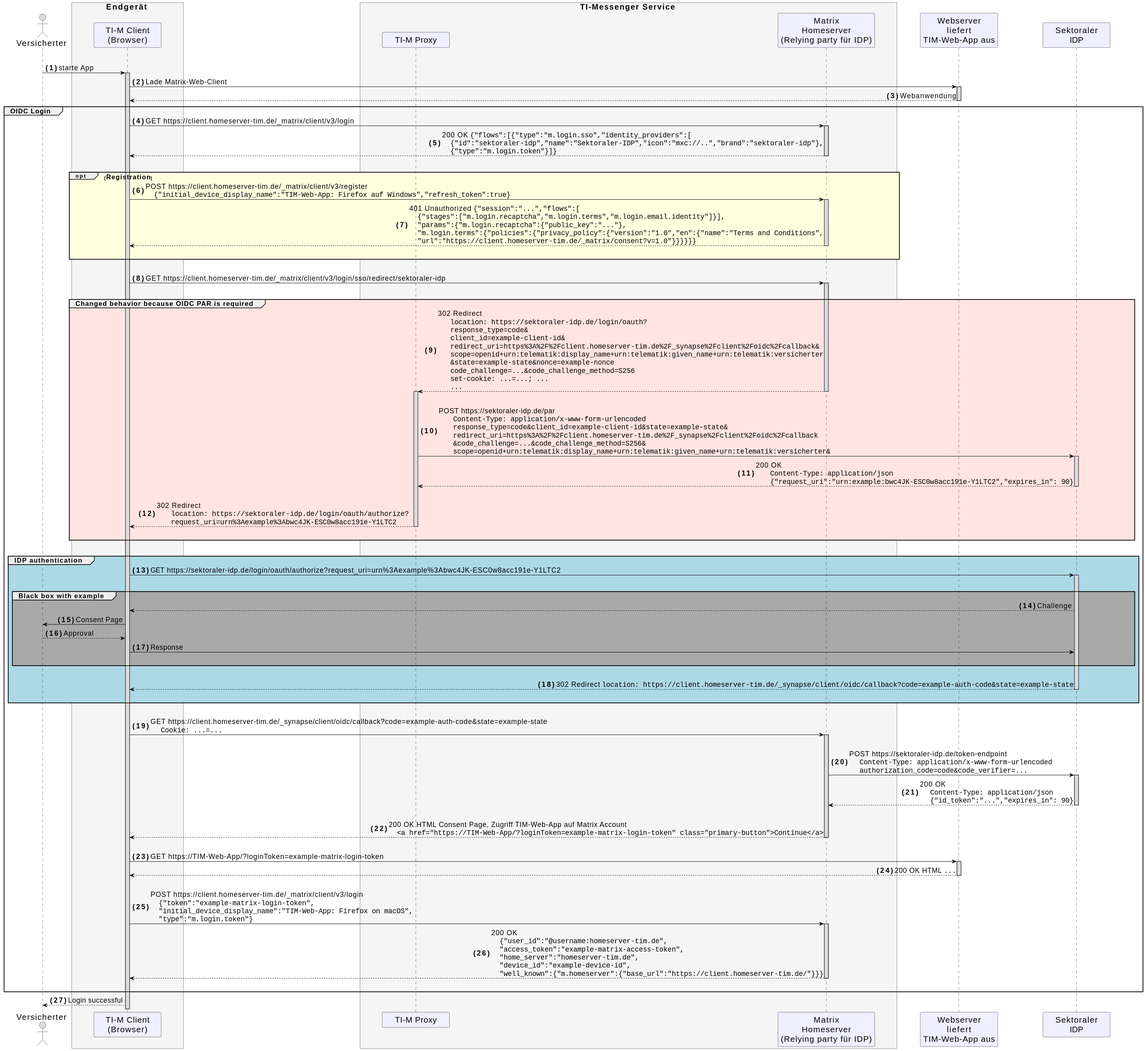
gematik/api-ti-messenger keeps this PlantUML diagram as images/diagrams/TI-M_ePA/TI-Messenger_OIDC_Login.svg. Above is the earlier version.
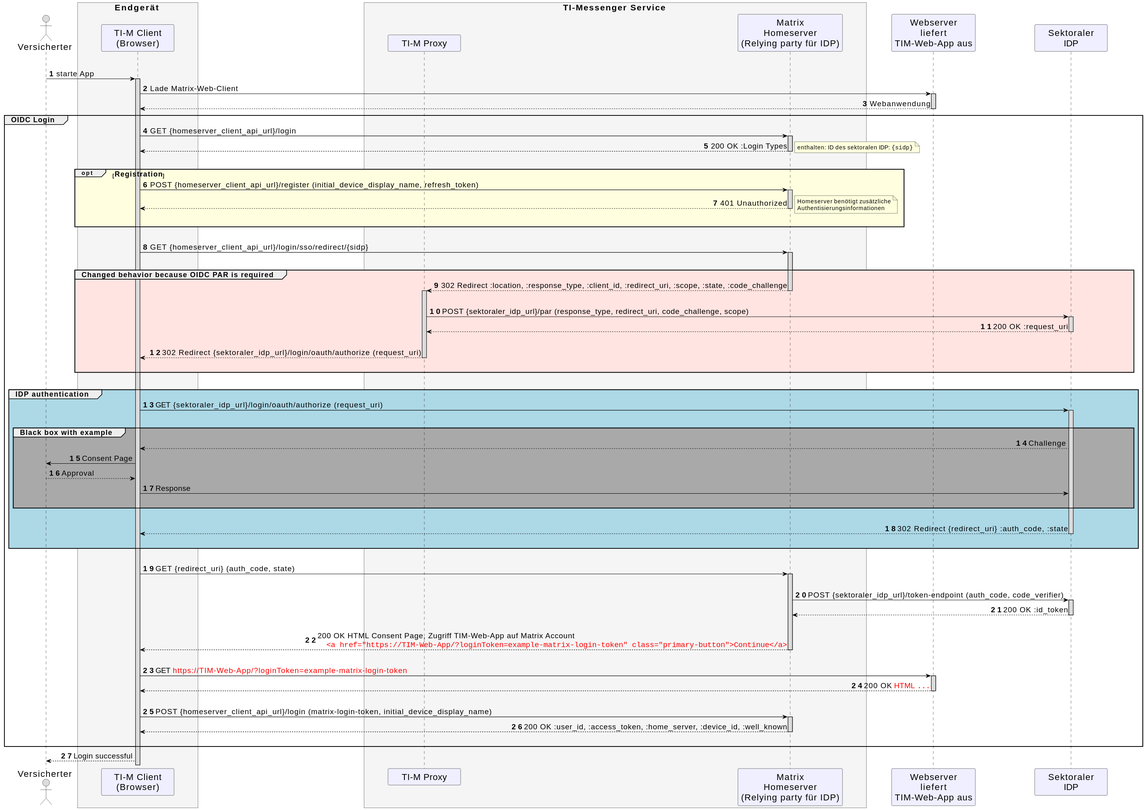
After the change.

Commit message:
Commit from GitHub Actions (GeneratePlantumlImages)

The edit, as a diff of the source:
```diff
@@ -26,7 +26,7 @@
 ActorFontSize 20
 }
 
-autonumber "<b>(0)"
+autonumber
 
 actor us as "Versicherter"
 box <size:19>Endgerät</size> #WhiteSmoke
@@ -48,31 +48,36 @@
   activate mc
   mc --> app --: Webanwendung
   group <size:16>OIDC Login</size>
-    app -> hs ++: GET https://client.homeserver-tim.de/_matrix/client/v3/login
-    hs --> app --: 200 OK ""{"flows":[{"type":"m.login.sso","identity_providers":[""\n    ""{"id":"sektoraler-idp","name":"Sektoraler-IDP","icon":"mxc://..","brand":"sektoraler-idp"},""\n    ""{"type":"m.login.token"}]}""
+    app -> hs ++: GET {homeserver_client_api_url}/login
+    hs --> app --: 200 OK :Login Types
+    note right
+    enthalten: ID des sektoralen IDP: ""{sidp}""
+    end note
     |||
     opt #LightYellow <size:16>Registration</size>
-    app -> hs ++: POST https://client.homeserver-tim.de/_matrix/client/v3/register\n    ""{"initial_device_display_name":"TIM-Web-App: Firefox auf Windows","refresh_token":true}""
-    hs --> app --: 401 Unauthorized ""{"session":"...","flows":[""\n    ""{"stages":["m.login.recaptcha","m.login.terms","m.login.email.identity"]}],""\n    """params":{"m.login.recaptcha":{"public_key":"..."},""\n    """m.login.terms":{"policies":{"privacy_policy":{"version":"1.0","en":{"name":"Terms and Conditions",""\n    """url":"https://client.homeserver-tim.de/_matrix/consent?v=1.0"}}}}}}""
+    app -> hs ++: POST {homeserver_client_api_url}/register (initial_device_display_name, refresh_token)
+    hs --> app --: 401 Unauthorized
+    note right
+    Homeserver benötigt zusätzliche Authentisierungsinformationen
+    end note
     |||
     end 'opt
     |||
-    app -> hs++: GET https://client.homeserver-tim.de/_matrix/client/v3/login/sso/redirect/sektoraler-idp
+    app -> hs++: GET {homeserver_client_api_url}/login/sso/redirect/{sidp}
     |||
     group #MistyRose <size:16>Changed behavior because OIDC PAR is required</size>
-      hs --> pr --++: 302 Redirect\n      ""location: https://sektoraler-idp.de/login/oauth?""\n      ""response_type=code&""\n      ""client_id=example-client-id&""\n      ""redirect_uri=https%3A%2F%2Fclient.homeserver-tim.de%2F_synapse%2Fclient%2Foidc%2Fcallback&""\n      ""scope=openid+urn:telematik:display_name+urn:telematik:given_name+urn:telematik:versicherter""\n      ""&state=example-state&nonce=example-nonce""\n      ""code_challenge=...&code_challenge_method=S256""\n      ""set-cookie: ...=...; ...""\n      ""...""
+      hs --> pr --++: 302 Redirect :location, :response_type, :client_id, :redirect_uri, :scope, :state, :code_challenge
+      |||
+      pr -> idp ++: POST {sektoraler_idp_url}/par (response_type, redirect_uri, code_challenge, scope)
 
+      idp --> pr --: 200 OK :request_uri
       |||
-      pr -> idp ++: POST https://sektoraler-idp.de/par\n       ""Content-Type: application/x-www-form-urlencoded""\n       ""response_type=code&client_id=example-client-id&state=example-state&""\n       ""redirect_uri=https%3A%2F%2Fclient.homeserver-tim.de%2F_synapse%2Fclient%2Foidc%2Fcallback""\n       ""&code_challenge=...&code_challenge_method=S256&""\n       ""scope=openid+urn:telematik:display_name+urn:telematik:given_name+urn:telematik:versicherter&""
-
-      idp --> pr --: 200 OK\n       ""Content-Type: application/json""\n       ""{"request_uri":"urn:example:bwc4JK-ESC0w8acc191e-Y1LTC2","expires_in": 90}""
-      |||
-      pr --> app --: 302 Redirect\n       ""location: https://sektoraler-idp.de/login/oauth/authorize? ""\n       ""request_uri=urn%3Aexample%3Abwc4JK-ESC0w8acc191e-Y1LTC2""
+      pr --> app --: 302 Redirect {sektoraler_idp_url}/login/oauth/authorize (request_uri)
       |||
     end 'group
     |||
     group #LightBlue <size:16>IDP authentication</size>
-      app -> idp ++: GET	https://sektoraler-idp.de/login/oauth/authorize?request_uri=urn%3Aexample%3Abwc4JK-ESC0w8acc191e-Y1LTC2
+      app -> idp ++: GET	{sektoraler_idp_url}/login/oauth/authorize (request_uri)
       |||
       group #DarkGray <size:16>Black box with example</size>
         idp --> app: Challenge
@@ -83,22 +88,28 @@
       |||
       end 'group
       |||
-      idp --> app --: 302 Redirect ""location: https://client.homeserver-tim.de/_synapse/client/oidc/callback?code=example-auth-code&state=example-state""
+      idp --> app --: 302 Redirect {redirect_uri} :auth_code, :state
       |||
     end 'group
     |||
-    app -> hs ++: GET https://client.homeserver-tim.de/_synapse/client/oidc/callback?code=example-auth-code&state=example-state\n     ""Cookie: ...=...""
+    app -> hs ++: GET {redirect_uri} (auth_code, state)
     |||
-    hs -> idp ++: POST https://sektoraler-idp.de/token-endpoint\n     ""Content-Type: application/x-www-form-urlencoded""\n     ""authorization_code=code&code_verifier=...""
-    idp --> hs --: 200 OK\n     ""Content-Type: application/json""\n     ""{"id_token":"...","expires_in": 90}""
+    hs -> idp ++: POST {sektoraler_idp_url}/token-endpoint (auth_code, code_verifier)
+    idp --> hs --: 200 OK :id_token
     |||
-    hs --> app --: 200 OK HTML Consent Page, Zugriff TIM-Web-App auf Matrix Account\n    ""<a href="https://TIM-Web-App/?loginToken=example-matrix-login-token" class="primary-button">Continue</a>""
+
+    hs --> app --: 200 OK HTML Consent Page, Zugriff TIM-Web-App auf Matrix Account\n    <font color=red>""<a href="https://TIM-Web-App/?loginToken=example-matrix-login-token" class="primary-button">Continue</a>""</font>
+
+
     |||
-    app -> mc ++: GET https://TIM-Web-App/?loginToken=example-matrix-login-token
-    mc --> app--: 200 OK HTML ""...""
+    app -> mc ++: GET <font color=red>https://TIM-Web-App/?loginToken=example-matrix-login-token</font>
+    mc --> app--: 200 OK <font color=red>HTML ""...""</font>
     |||
-    app -> hs ++: POST https://client.homeserver-tim.de/_matrix/client/v3/login\n    ""{"token":"example-matrix-login-token",""\n    """initial_device_display_name":"TIM-Web-App: Firefox on macOS",""\n    """type":"m.login.token"}""
-    hs --> app --: 200 OK\n    ""{"user_id":"@username:homeserver-tim.de",""\n    """access_token":"example-matrix-access-token",""\n    """home_server":"homeserver-tim.de",""\n    """device_id":"example-device-id",""\n    """well_known":{"m.homeserver":{"base_url":"https://client.homeserver-tim.de/"}}}""
+
+    app -> hs ++: POST {homeserver_client_api_url}/login (matrix-login-token, initial_device_display_name)
+
+    hs --> app --: 200 OK :user_id, :access_token, :home_server, :device_id, :well_known
+
     |||
   end 'group
   app --> us: Login successful
```
